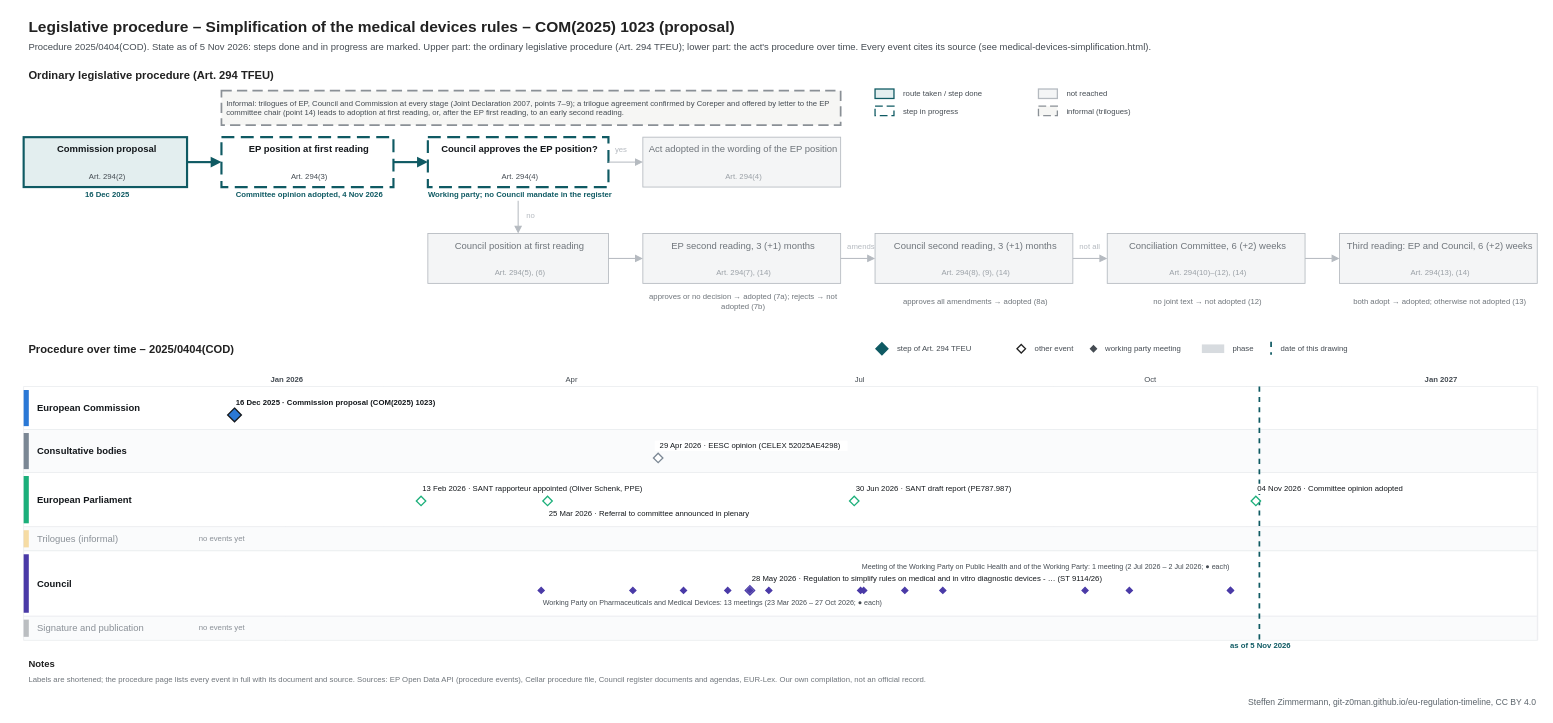
Earlier version of the draw.io diagram procedures/medical-devices-simplification.drawio (git-z0man/eu-regulation-timeline). Source tidied: cells renumbered, new cells numbered last; positions are measured from the earlier drawing's top-left corner, leaving out a move shared by most shapes. Both pictures are drawn from the tidied source at 86%, with x=0, y=0 at pixel (15, 15).
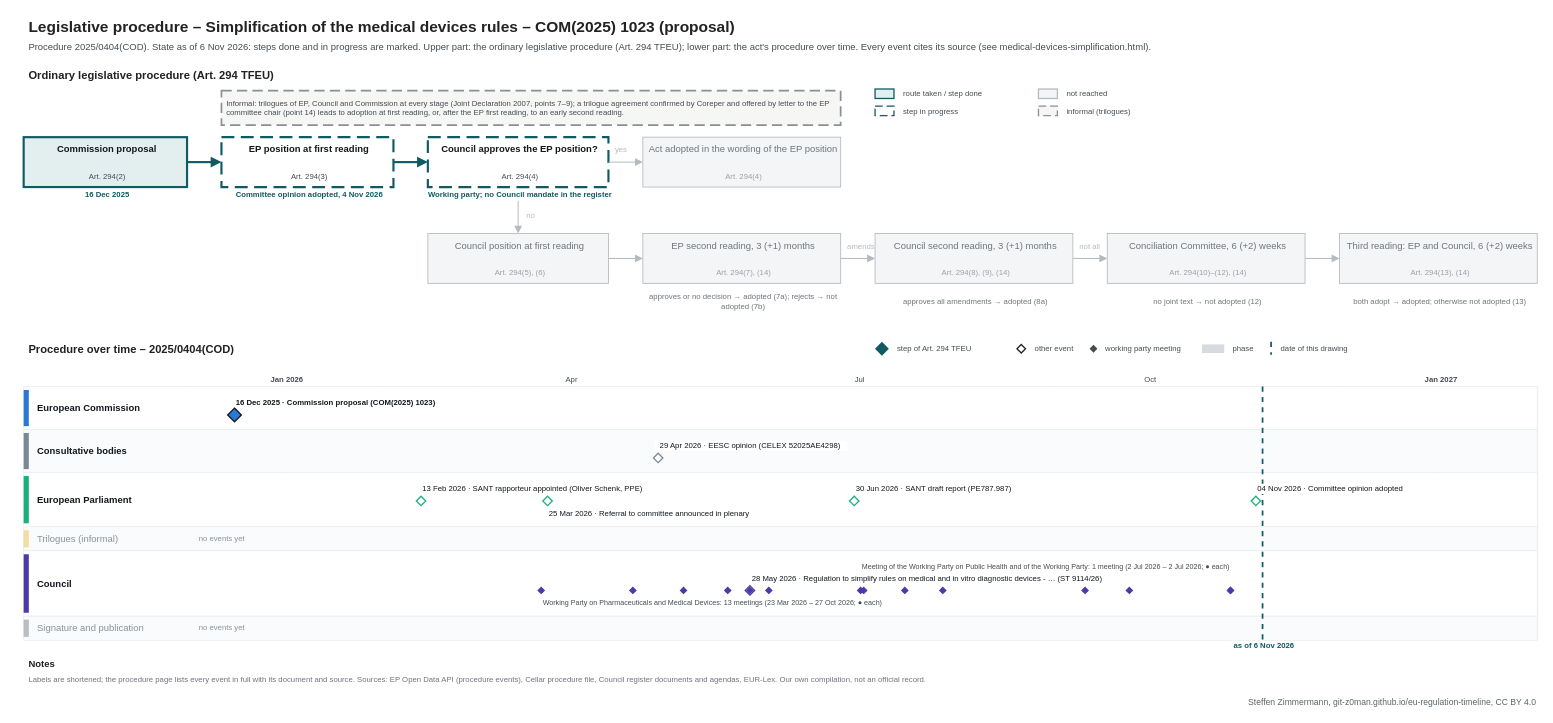
After the change.

The edit, as a diff of the source:
```diff
@@
-    <mxCell id="3" value="Procedure 2025/0404(COD). State as of 5 Nov 2026: steps done and in progress are marked. Upper part: the ordinary legislative procedure (Art. 294 TFEU); lower part: the act's procedure over time. Every event cites its source (see medical-devices-simplification.html)." style="text;html=1;fontSize=11;fontColor=#454c53;align=left;verticalAlign=middle;spacingLeft=4;" parent="1" vertex="1">
+    <mxCell id="3" value="Procedure 2025/0404(COD). State as of 6 Nov 2026: steps done and in progress are marked. Upper part: the ordinary legislative procedure (Art. 294 TFEU); lower part: the act's procedure over time. Every event cites its source (see medical-devices-simplification.html)." style="text;html=1;fontSize=11;fontColor=#454c53;align=left;verticalAlign=middle;spacingLeft=4;" parent="1" vertex="1">
       <mxGeometry x="10" y="28" width="1700" height="18" as="geometry" />
     </mxCell>
@@
     <mxCell id="112" style="line;html=1;strokeWidth=2;strokeColor=#0f5a63;direction=south;dashed=1;" parent="1" vertex="1">
-      <mxGeometry x="1446.4" y="432" width="1" height="295" as="geometry" />
+      <mxGeometry x="1450.1" y="432" width="1" height="295" as="geometry" />
     </mxCell>
-    <mxCell id="113" value="as of 5 Nov 2026" style="text;html=1;fontSize=9;fontColor=#0f5a63;align=center;verticalAlign=middle;spacingLeft=4;fontStyle=1;" parent="1" vertex="1">
-      <mxGeometry x="1386.4" y="728" width="120" height="12" as="geometry" />
+    <mxCell id="113" value="as of 6 Nov 2026" style="text;html=1;fontSize=9;fontColor=#0f5a63;align=center;verticalAlign=middle;spacingLeft=4;fontStyle=1;" parent="1" vertex="1">
+      <mxGeometry x="1390.1" y="728" width="120" height="12" as="geometry" />
     </mxCell>
```
